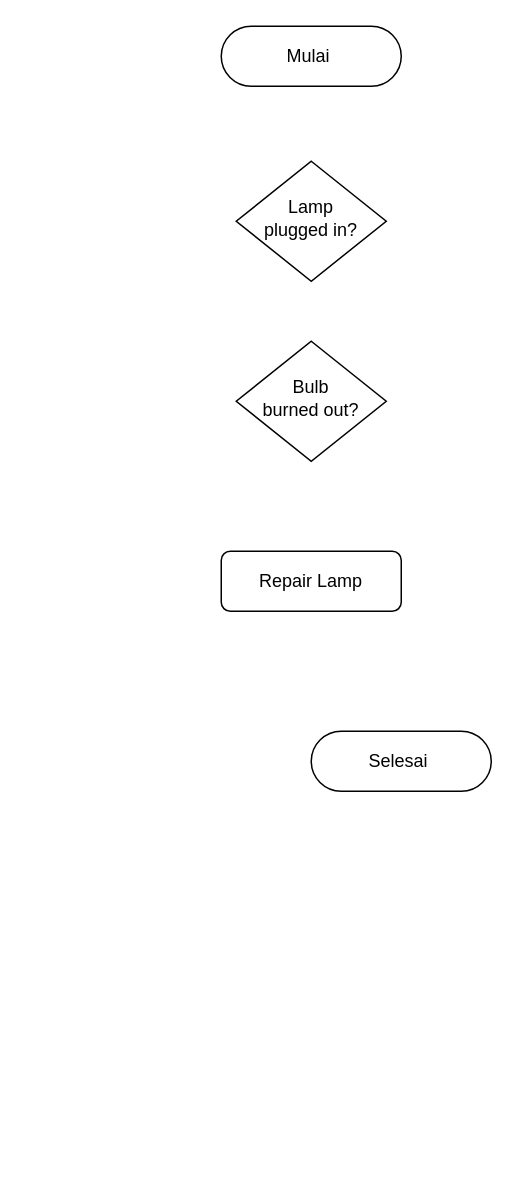
Above: Tugas bilangan ganjil genap 23241091_1C.drawio in Xnowly/Algo_C_23241091 (draw.io), before the change. Source tidied: cells renumbered, new cells numbered last; positions are measured from the earlier drawing's top-left corner, leaving out a move shared by most shapes. Both pictures are drawn from the tidied source at 150%, with x=0, y=0 at pixel (220, 26).
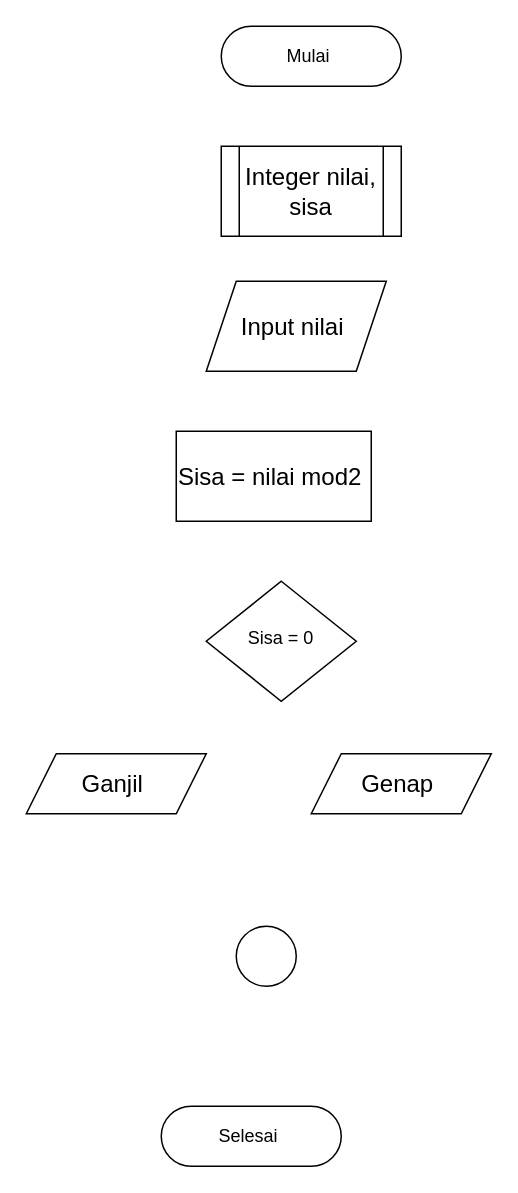
Above is the later version.

What changed in the source:
```diff
@@
 <mxGraphModel>
   <root>
     <mxCell id="0" />
     <mxCell id="1" parent="0" />
-    <mxCell id="2" value="Lamp&lt;br&gt;plugged in?" style="rhombus;whiteSpace=wrap;html=1;shadow=0;fontFamily=Helvetica;fontSize=12;align=center;strokeWidth=1;spacing=6;spacingTop=-4;" parent="1" vertex="1">
-      <mxGeometry x="10" y="90" width="100" height="80" as="geometry" />
+    <mxCell id="2" value="Sisa = 0" style="rhombus;whiteSpace=wrap;html=1;shadow=0;fontFamily=Helvetica;fontSize=12;align=center;strokeWidth=1;spacing=6;spacingTop=-4;" parent="1" vertex="1">
+      <mxGeometry x="-10" y="370" width="100" height="80" as="geometry" />
     </mxCell>
     <mxCell id="3" value="Selesai&amp;nbsp;" style="rounded=1;whiteSpace=wrap;html=1;fontSize=12;glass=0;strokeWidth=1;shadow=0;arcSize=50;" parent="1" vertex="1">
-      <mxGeometry x="60" y="470" width="120" height="40" as="geometry" />
+      <mxGeometry x="-40" y="720" width="120" height="40" as="geometry" />
     </mxCell>
-    <mxCell id="4" value="Bulb&lt;br&gt;burned out?" style="rhombus;whiteSpace=wrap;html=1;shadow=0;fontFamily=Helvetica;fontSize=12;align=center;strokeWidth=1;spacing=6;spacingTop=-4;" parent="1" vertex="1">
-      <mxGeometry x="10" y="210" width="100" height="80" as="geometry" />
-    </mxCell>
-    <mxCell id="5" value="Repair Lamp" style="rounded=1;whiteSpace=wrap;html=1;fontSize=12;glass=0;strokeWidth=1;shadow=0;" parent="1" vertex="1">
-      <mxGeometry y="350" width="120" height="40" as="geometry" />
-    </mxCell>
     <mxCell id="6" value="Mulai&amp;nbsp;" style="rounded=1;whiteSpace=wrap;html=1;fontSize=12;glass=0;strokeWidth=1;shadow=0;arcSize=50;" parent="1" vertex="1">
       <mxGeometry width="120" height="40" as="geometry" />
     </mxCell>
+    <mxCell id="7" value="Integer nilai, sisa" style="shape=process;whiteSpace=wrap;html=1;backgroundOutline=1;fontSize=16;" parent="1" vertex="1">
+      <mxGeometry y="80" width="120" height="60" as="geometry" />
+    </mxCell>
+    <mxCell id="8" value="Input nilai&amp;nbsp;" style="shape=parallelogram;perimeter=parallelogramPerimeter;whiteSpace=wrap;html=1;fixedSize=1;fontSize=16;" parent="1" vertex="1">
+      <mxGeometry x="-10" y="170" width="120" height="60" as="geometry" />
+    </mxCell>
+    <mxCell id="9" value="Sisa = nilai mod2&amp;nbsp;" style="whiteSpace=wrap;html=1;fontSize=16;" parent="1" vertex="1">
+      <mxGeometry x="-30" y="270" width="130" height="60" as="geometry" />
+    </mxCell>
+    <mxCell id="10" value="Ganjil&amp;nbsp;" style="shape=parallelogram;perimeter=parallelogramPerimeter;whiteSpace=wrap;html=1;fixedSize=1;fontSize=16;" parent="1" vertex="1">
+      <mxGeometry x="-130" y="485" width="120" height="40" as="geometry" />
+    </mxCell>
+    <mxCell id="11" value="Genap&amp;nbsp;" style="shape=parallelogram;perimeter=parallelogramPerimeter;whiteSpace=wrap;html=1;fixedSize=1;fontSize=16;" parent="1" vertex="1">
+      <mxGeometry x="60" y="485" width="120" height="40" as="geometry" />
+    </mxCell>
+    <mxCell id="12" style="edgeStyle=none;curved=1;rounded=0;orthogonalLoop=1;jettySize=auto;html=1;entryX=1;entryY=0.5;entryDx=0;entryDy=0;fontSize=12;startSize=8;endSize=8;" parent="1" edge="1" source="13" target="13">
+      <mxGeometry relative="1" as="geometry" />
+    </mxCell>
+    <mxCell id="13" style="ellipse;whiteSpace=wrap;html=1;fontSize=16;" parent="1" vertex="1">
+      <mxGeometry x="10" y="600" width="40" height="40" as="geometry" />
+    </mxCell>
   </root>
 </mxGraphModel>
```
